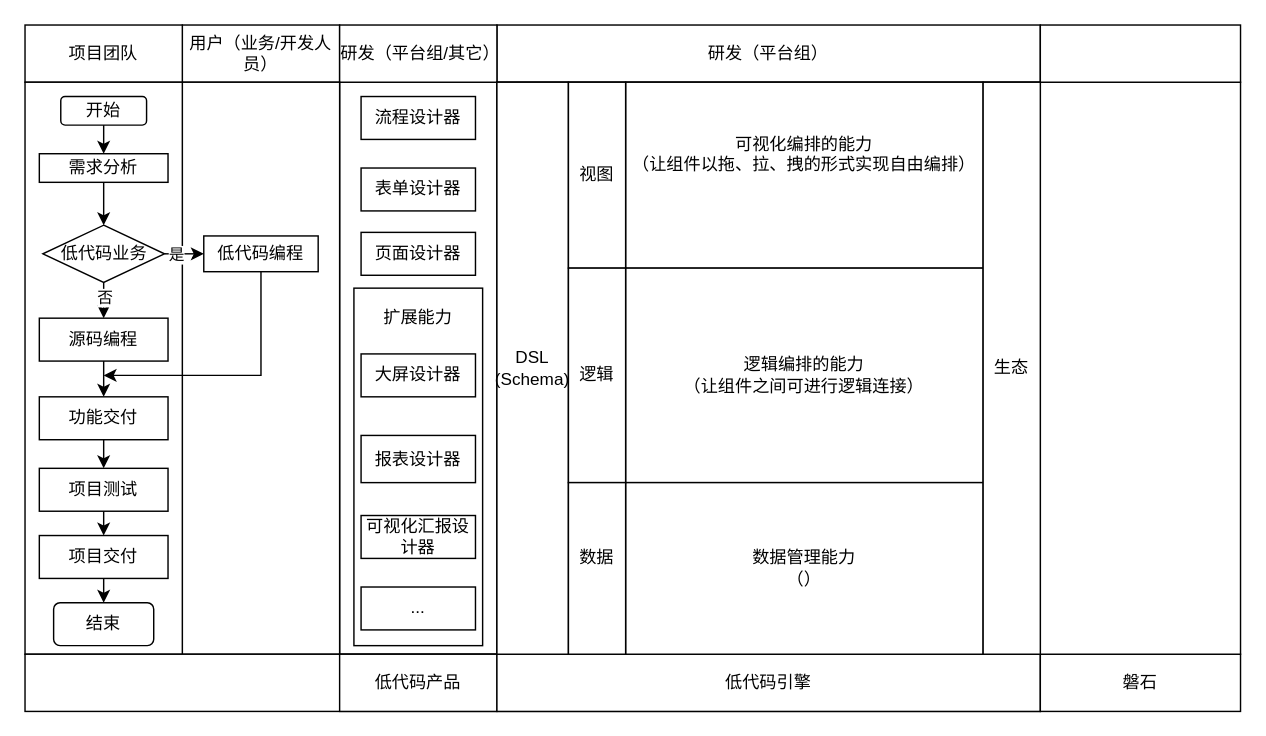
Before: 低代码——泳道图.drawio in tangyaosimida/love, a draw.io diagram. Source tidied: cells renumbered, new cells numbered last; positions are measured from the earlier drawing's top-left corner, leaving out a move shared by most shapes. Both pictures are drawn from the tidied source at 143%, with x=0, y=0 at pixel (24, 24).
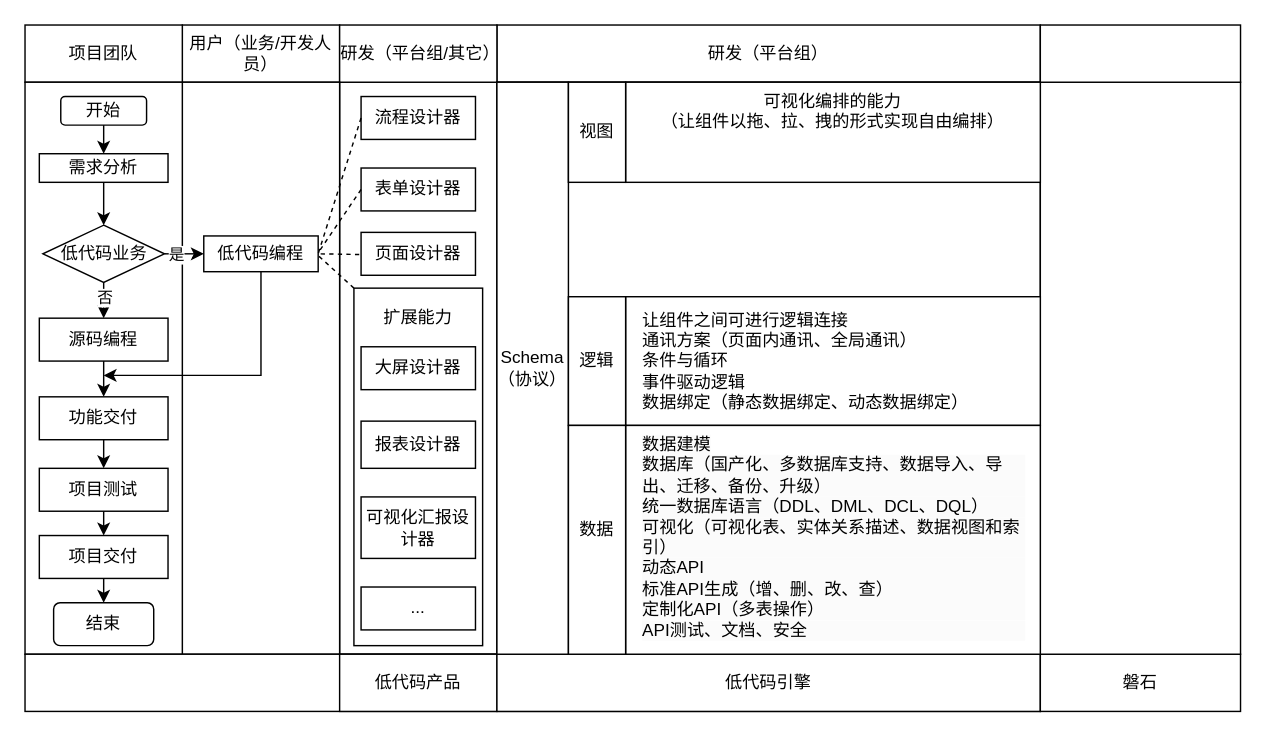
Above is the later version.

Commit message:
更新低代码——泳道图.drawio

Unchanged cells that the change refers to:
```xml
<mxCell id="3" style="rounded=0;whiteSpace=wrap;html=1;fillColor=none;" parent="1" vertex="1">
  <mxGeometry x="230" y="184" width="90" height="250" as="geometry" />
</mxCell>
<mxCell id="26" value="低代码编程" style="rounded=0;whiteSpace=wrap;html=1;" parent="1" vertex="1">
  <mxGeometry x="125" y="147.5" width="80" height="25" as="geometry" />
</mxCell>
<mxCell id="30" value="流程设计器" style="rounded=0;whiteSpace=wrap;html=1;" parent="1" vertex="1">
  <mxGeometry x="235" y="50" width="80" height="30" as="geometry" />
</mxCell>
<mxCell id="31" value="表单设计器" style="rounded=0;whiteSpace=wrap;html=1;" parent="1" vertex="1">
  <mxGeometry x="235" y="100" width="80" height="30" as="geometry" />
</mxCell>
<mxCell id="32" value="页面设计器" style="rounded=0;whiteSpace=wrap;html=1;" parent="1" vertex="1">
  <mxGeometry x="235" y="145" width="80" height="30" as="geometry" />
</mxCell>
```

Change to the diagram source:
```diff
@@
     <mxCell id="33" value="报表设计器" style="rounded=0;whiteSpace=wrap;html=1;" parent="1" vertex="1">
-      <mxGeometry x="235" y="287" width="80" height="33" as="geometry" />
+      <mxGeometry x="235" y="277" width="80" height="33" as="geometry" />
     </mxCell>
     <mxCell id="34" value="大屏设计器" style="rounded=0;whiteSpace=wrap;html=1;" parent="1" vertex="1">
-      <mxGeometry x="235" y="230" width="80" height="30" as="geometry" />
+      <mxGeometry x="235" y="225" width="80" height="30" as="geometry" />
     </mxCell>
     <mxCell id="35" value="可视化汇报设计器" style="rounded=0;whiteSpace=wrap;html=1;" parent="1" vertex="1">
-      <mxGeometry x="235" y="343" width="80" height="30" as="geometry" />
+      <mxGeometry x="235" y="330" width="80" height="43" as="geometry" />
     </mxCell>
@@
-    <mxCell id="44" value="DSL&lt;div&gt;(Schema)&lt;/div&gt;" style="rounded=0;whiteSpace=wrap;html=1;" parent="1" vertex="1">
+    <mxCell id="44" value="&lt;div&gt;&lt;div&gt;Schema&lt;/div&gt;&lt;/div&gt;&lt;div&gt;（协议）&lt;/div&gt;" style="rounded=0;whiteSpace=wrap;html=1;" parent="1" vertex="1">
       <mxGeometry x="330" y="40" width="50" height="400" as="geometry" />
     </mxCell>
-    <mxCell id="45" value="可视化编排的能力&lt;div&gt;（让组件以拖、拉、拽的形式实现自由编排）&lt;br&gt;&lt;div&gt;&lt;br&gt;&lt;div&gt;&lt;div&gt;&lt;div&gt;&lt;div&gt;&lt;br&gt;&lt;/div&gt;&lt;/div&gt;&lt;/div&gt;&lt;/div&gt;&lt;/div&gt;&lt;/div&gt;" style="rounded=0;whiteSpace=wrap;html=1;" parent="1" vertex="1">
-      <mxGeometry x="420" y="40" width="250" height="130" as="geometry" />
+    <mxCell id="45" value="可视化编排的能力&lt;div&gt;（让组件以拖、拉、拽的形式实现自由编排）&lt;br&gt;&lt;div&gt;&lt;br&gt;&lt;div&gt;&lt;div&gt;&lt;div&gt;&lt;div&gt;&lt;br&gt;&lt;/div&gt;&lt;/div&gt;&lt;/div&gt;&lt;/div&gt;&lt;/div&gt;&lt;/div&gt;" style="rounded=0;whiteSpace=wrap;html=1;verticalAlign=top;" parent="1" vertex="1">
+      <mxGeometry x="420" y="40" width="290" height="70" as="geometry" />
     </mxCell>
-    <mxCell id="46" value="逻辑编排的能力&lt;div&gt;（让组件之间可进行逻辑连接）&lt;/div&gt;" style="rounded=0;whiteSpace=wrap;html=1;" parent="1" vertex="1">
-      <mxGeometry x="420" y="170" width="250" height="150" as="geometry" />
+    <mxCell id="46" value="&lt;div&gt;&lt;br&gt;&lt;/div&gt;" style="rounded=0;whiteSpace=wrap;html=1;verticalAlign=top;" parent="1" vertex="1">
+      <mxGeometry x="420" y="190" width="290" height="90" as="geometry" />
     </mxCell>
-    <mxCell id="47" value="数据管理能力&lt;div&gt;（）&lt;/div&gt;" style="rounded=0;whiteSpace=wrap;html=1;" parent="1" vertex="1">
-      <mxGeometry x="420" y="320" width="250" height="120" as="geometry" />
+    <mxCell id="47" style="rounded=0;whiteSpace=wrap;html=1;verticalAlign=top;" parent="1" vertex="1">
+      <mxGeometry x="420" y="280" width="290" height="160" as="geometry" />
     </mxCell>
-    <mxCell id="48" value="生态" style="rounded=0;whiteSpace=wrap;html=1;" parent="1" vertex="1">
-      <mxGeometry x="670" y="40" width="40" height="400" as="geometry" />
-    </mxCell>
     <mxCell id="49" value="视图" style="rounded=0;whiteSpace=wrap;html=1;" parent="1" vertex="1">
-      <mxGeometry x="380" y="40" width="40" height="130" as="geometry" />
+      <mxGeometry x="380" y="40" width="40" height="70" as="geometry" />
     </mxCell>
     <mxCell id="50" value="逻辑" style="rounded=0;whiteSpace=wrap;html=1;" parent="1" vertex="1">
-      <mxGeometry x="380" y="170" width="40" height="150" as="geometry" />
+      <mxGeometry x="380" y="190" width="40" height="90" as="geometry" />
     </mxCell>
     <mxCell id="51" value="数据&lt;div&gt;&lt;br&gt;&lt;/div&gt;" style="rounded=0;whiteSpace=wrap;html=1;" parent="1" vertex="1">
-      <mxGeometry x="380" y="320" width="40" height="120" as="geometry" />
+      <mxGeometry x="380" y="280" width="40" height="160" as="geometry" />
     </mxCell>
@@
+    <mxCell id="53" value="&lt;span style=&quot;color: rgb(0, 0, 0); font-family: Helvetica; font-size: 12px; font-style: normal; font-variant-ligatures: normal; font-variant-caps: normal; font-weight: 400; letter-spacing: normal; orphans: 2; text-align: left; text-indent: 0px; text-transform: none; widows: 2; word-spacing: 0px; -webkit-text-stroke-width: 0px; white-space: normal; background-color: rgb(251, 251, 251); text-decoration-thickness: initial; text-decoration-style: initial; text-decoration-color: initial; display: inline !important; float: none;&quot;&gt;数据建模&lt;/span&gt;&lt;div style=&quot;forced-color-adjust: none; color: rgb(0, 0, 0); font-family: Helvetica; font-size: 12px; font-style: normal; font-variant-ligatures: normal; font-variant-caps: normal; font-weight: 400; letter-spacing: normal; orphans: 2; text-align: left; text-indent: 0px; text-transform: none; widows: 2; word-spacing: 0px; -webkit-text-stroke-width: 0px; white-space: normal; background-color: rgb(251, 251, 251); text-decoration-thickness: initial; text-decoration-style: initial; text-decoration-color: initial;&quot;&gt;数据库（国产化、多数据库支持、数据导入、导出、迁移、备份、升级）&lt;/div&gt;&lt;div style=&quot;forced-color-adjust: none; color: rgb(0, 0, 0); font-family: Helvetica; font-size: 12px; font-style: normal; font-variant-ligatures: normal; font-variant-caps: normal; font-weight: 400; letter-spacing: normal; orphans: 2; text-align: left; text-indent: 0px; text-transform: none; widows: 2; word-spacing: 0px; -webkit-text-stroke-width: 0px; white-space: normal; background-color: rgb(251, 251, 251); text-decoration-thickness: initial; text-decoration-style: initial; text-decoration-color: initial;&quot;&gt;统一数据库语言（DDL、DML、DCL、DQL）&lt;/div&gt;&lt;div style=&quot;forced-color-adjust: none; color: rgb(0, 0, 0); font-family: Helvetica; font-size: 12px; font-style: normal; font-variant-ligatures: normal; font-variant-caps: normal; font-weight: 400; letter-spacing: normal; orphans: 2; text-align: left; text-indent: 0px; text-transform: none; widows: 2; word-spacing: 0px; -webkit-text-stroke-width: 0px; white-space: normal; background-color: rgb(251, 251, 251); text-decoration-thickness: initial; text-decoration-style: initial; text-decoration-color: initial;&quot;&gt;可视化（可视化表、实体关系描述、数据视图和索引）&lt;/div&gt;&lt;div style=&quot;forced-color-adjust: none; color: rgb(0, 0, 0); font-family: Helvetica; font-size: 12px; font-style: normal; font-variant-ligatures: normal; font-variant-caps: normal; font-weight: 400; letter-spacing: normal; orphans: 2; text-align: left; text-indent: 0px; text-transform: none; widows: 2; word-spacing: 0px; -webkit-text-stroke-width: 0px; white-space: normal; background-color: rgb(251, 251, 251); text-decoration-thickness: initial; text-decoration-style: initial; text-decoration-color: initial;&quot;&gt;动态API&lt;/div&gt;&lt;div style=&quot;forced-color-adjust: none; color: rgb(0, 0, 0); font-family: Helvetica; font-size: 12px; font-style: normal; font-variant-ligatures: normal; font-variant-caps: normal; font-weight: 400; letter-spacing: normal; orphans: 2; text-align: left; text-indent: 0px; text-transform: none; widows: 2; word-spacing: 0px; -webkit-text-stroke-width: 0px; white-space: normal; background-color: rgb(251, 251, 251); text-decoration-thickness: initial; text-decoration-style: initial; text-decoration-color: initial;&quot;&gt;标准API生成（增、删、改、查）&lt;/div&gt;&lt;div style=&quot;forced-color-adjust: none; color: rgb(0, 0, 0); font-family: Helvetica; font-size: 12px; font-style: normal; font-variant-ligatures: normal; font-variant-caps: normal; font-weight: 400; letter-spacing: normal; orphans: 2; text-align: left; text-indent: 0px; text-transform: none; widows: 2; word-spacing: 0px; -webkit-text-stroke-width: 0px; white-space: normal; background-color: rgb(251, 251, 251); text-decoration-thickness: initial; text-decoration-style: initial; text-decoration-color: initial;&quot;&gt;定制化API（多表操作）&lt;/div&gt;&lt;div style=&quot;forced-color-adjust: none; color: rgb(0, 0, 0); font-family: Helvetica; font-size: 12px; font-style: normal; font-variant-ligatures: normal; font-variant-caps: normal; font-weight: 400; letter-spacing: normal; orphans: 2; text-align: left; text-indent: 0px; text-transform: none; widows: 2; word-spacing: 0px; -webkit-text-stroke-width: 0px; white-space: normal; background-color: rgb(251, 251, 251); text-decoration-thickness: initial; text-decoration-style: initial; text-decoration-color: initial;&quot;&gt;API测试、文档、安全&lt;/div&gt;" style="text;whiteSpace=wrap;html=1;" parent="1" vertex="1">
+      <mxGeometry x="430" y="280" width="270" height="160" as="geometry" />
+    </mxCell>
+    <mxCell id="54" value="&lt;div style=&quot;&quot;&gt;&lt;div&gt;让组件之间可进行逻辑连接&lt;/div&gt;&lt;/div&gt;&lt;div style=&quot;&quot;&gt;&lt;span style=&quot;background-color: initial;&quot;&gt;通讯方案（页面内通讯、全局通讯）&lt;/span&gt;&lt;/div&gt;&lt;div style=&quot;&quot;&gt;条件与循环&lt;/div&gt;&lt;div style=&quot;&quot;&gt;事件驱动逻辑&lt;/div&gt;&lt;div style=&quot;&quot;&gt;数据绑定（静态数据绑定、动态数据绑定）&lt;/div&gt;" style="text;html=1;align=left;verticalAlign=middle;whiteSpace=wrap;rounded=0;" parent="1" vertex="1">
+      <mxGeometry x="430" y="195" width="270" height="80" as="geometry" />
+    </mxCell>
+    <mxCell id="55" style="endArrow=none;dashed=1;html=1;rounded=0;entryX=1;entryY=0.5;entryDx=0;entryDy=0;exitX=0;exitY=0.5;exitDx=0;exitDy=0;" parent="1" edge="1" source="30" target="26">
+      <mxGeometry relative="1" as="geometry" />
+    </mxCell>
+    <mxCell id="56" style="endArrow=none;dashed=1;html=1;rounded=0;exitX=0;exitY=0.5;exitDx=0;exitDy=0;entryX=1.009;entryY=0.428;entryDx=0;entryDy=0;entryPerimeter=0;" parent="1" edge="1" source="31" target="26">
+      <mxGeometry relative="1" as="geometry" />
+    </mxCell>
+    <mxCell id="57" style="endArrow=none;dashed=1;html=1;rounded=0;exitX=-0.016;exitY=0.516;exitDx=0;exitDy=0;exitPerimeter=0;entryX=1;entryY=0.5;entryDx=0;entryDy=0;" parent="1" edge="1" source="32" target="26">
+      <mxGeometry relative="1" as="geometry" />
+    </mxCell>
+    <mxCell id="58" style="endArrow=none;dashed=1;html=1;rounded=0;exitX=0;exitY=0;exitDx=0;exitDy=0;entryX=0.986;entryY=0.507;entryDx=0;entryDy=0;entryPerimeter=0;" parent="1" edge="1" source="3" target="26">
+      <mxGeometry relative="1" as="geometry" />
+    </mxCell>
```
